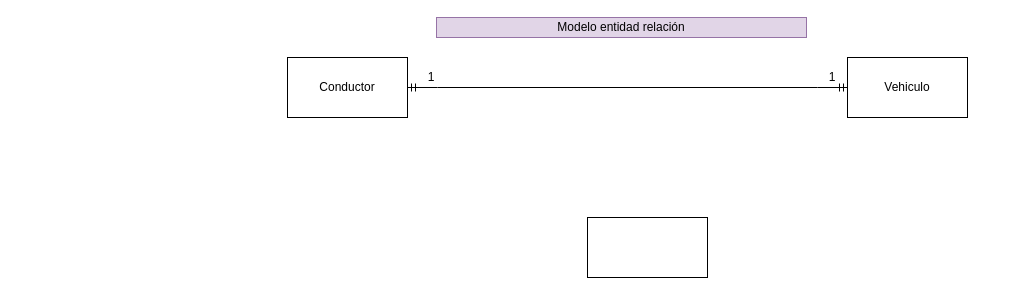
karinaVenus/PracticeInBootCamp keeps this draw.io diagram as DiagramaEntidad-Relacion-Vehicular.drawio. Above is the earlier version. Source tidied: cells renumbered, new cells numbered last; positions are measured from the earlier drawing's top-left corner, leaving out a move shared by most shapes. Both pictures are drawn from the tidied source at 100%, with x=0, y=0 at pixel (287, 17).
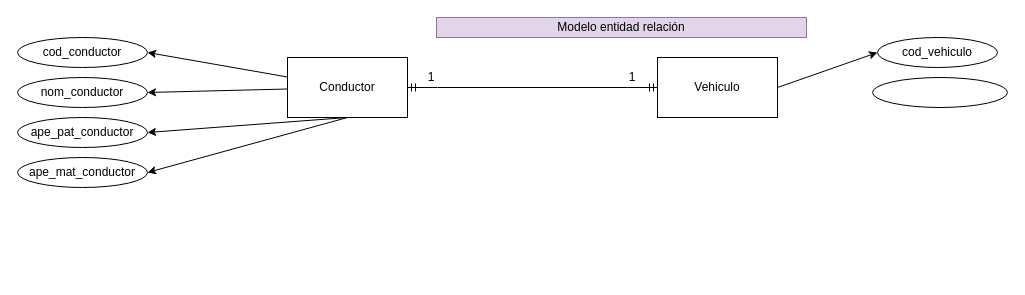
The same diagram, later.

Change to the diagram source:
```diff
@@
 <mxGraphModel>
   <root>
     <mxCell id="0" />
     <mxCell id="1" parent="0" />
+    <mxCell id="9" style="rounded=0;jettySize=auto;html=1;exitX=0.5;exitY=1;exitDx=0;exitDy=0;entryX=1;entryY=0.5;entryDx=0;entryDy=0;" parent="1" edge="1" source="2" target="14">
+      <mxGeometry relative="1" as="geometry" />
+    </mxCell>
     <mxCell id="2" value="Conductor" style="rounded=0;whiteSpace=wrap;html=1;" parent="1" vertex="1">
       <mxGeometry y="40" width="120" height="60" as="geometry" />
     </mxCell>
+    <mxCell id="10" style="rounded=0;jettySize=auto;html=1;exitX=1;exitY=0.5;exitDx=0;exitDy=0;entryX=0;entryY=0.5;entryDx=0;entryDy=0;" parent="1" edge="1" source="3" target="18">
+      <mxGeometry relative="1" as="geometry" />
+    </mxCell>
     <mxCell id="3" value="Vehiculo" style="rounded=0;whiteSpace=wrap;html=1;" parent="1" vertex="1">
-      <mxGeometry x="560" y="40" width="120" height="60" as="geometry" />
+      <mxGeometry x="370" y="40" width="120" height="60" as="geometry" />
     </mxCell>
     <mxCell id="4" value="Modelo entidad relación" style="rounded=0;whiteSpace=wrap;html=1;fillColor=#e1d5e7;strokeColor=#9673a6;" parent="1" vertex="1">
       <mxGeometry x="149" width="370" height="20" as="geometry" />
     </mxCell>
     <mxCell id="5" style="edgeStyle=entityRelationEdgeStyle;fontSize=12;html=1;endArrow=ERmandOne;startArrow=ERmandOne;rounded=0;exitX=1;exitY=0.5;exitDx=0;exitDy=0;entryX=0;entryY=0.5;entryDx=0;entryDy=0;" parent="1" edge="1" source="2" target="3">
       <mxGeometry relative="1" as="geometry" />
     </mxCell>
     <mxCell id="6" value="1" style="rounded=0;whiteSpace=wrap;html=1;strokeColor=none;fillColor=none;" parent="1" vertex="1">
       <mxGeometry x="139" y="50" width="10" height="20" as="geometry" />
     </mxCell>
     <mxCell id="7" value="1" style="rounded=0;whiteSpace=wrap;html=1;strokeColor=none;fillColor=none;" parent="1" vertex="1">
-      <mxGeometry x="540" y="50" width="10" height="20" as="geometry" />
+      <mxGeometry x="340" y="50" width="10" height="20" as="geometry" />
     </mxCell>
-    <mxCell id="8" style="rounded=0;whiteSpace=wrap;html=1;" parent="1" vertex="1">
-      <mxGeometry x="300" y="200" width="120" height="60" as="geometry" />
-    </mxCell>
+    <mxCell id="11" value="cod_conductor" style="ellipse;whiteSpace=wrap;html=1;" parent="1" vertex="1">
+      <mxGeometry x="-270" y="20" width="130" height="30" as="geometry" />
+    </mxCell>
+    <mxCell id="12" value="nom_conductor" style="ellipse;whiteSpace=wrap;html=1;" parent="1" vertex="1">
+      <mxGeometry x="-270" y="60" width="130" height="30" as="geometry" />
+    </mxCell>
+    <mxCell id="13" value="ape_pat_conductor" style="ellipse;whiteSpace=wrap;html=1;" parent="1" vertex="1">
+      <mxGeometry x="-270" y="100" width="130" height="30" as="geometry" />
+    </mxCell>
+    <mxCell id="14" value="ape_mat_conductor" style="ellipse;whiteSpace=wrap;html=1;" parent="1" vertex="1">
+      <mxGeometry x="-270" y="140" width="130" height="30" as="geometry" />
+    </mxCell>
+    <mxCell id="15" style="rounded=0;jettySize=auto;html=1;entryX=1;entryY=0.5;entryDx=0;entryDy=0;" parent="1" edge="1" source="2" target="11">
+      <mxGeometry relative="1" as="geometry" />
+    </mxCell>
+    <mxCell id="16" style="rounded=0;jettySize=auto;html=1;entryX=1;entryY=0.5;entryDx=0;entryDy=0;" parent="1" edge="1" source="2" target="12">
+      <mxGeometry relative="1" as="geometry" />
+    </mxCell>
+    <mxCell id="17" style="rounded=0;jettySize=auto;html=1;exitX=0.5;exitY=1;exitDx=0;exitDy=0;entryX=1;entryY=0.5;entryDx=0;entryDy=0;" parent="1" edge="1" source="2" target="13">
+      <mxGeometry relative="1" as="geometry" />
+    </mxCell>
+    <mxCell id="18" value="cod_vehiculo" style="ellipse;whiteSpace=wrap;html=1;" parent="1" vertex="1">
+      <mxGeometry x="590" y="20" width="120" height="30" as="geometry" />
+    </mxCell>
+    <mxCell id="19" style="ellipse;whiteSpace=wrap;html=1;" parent="1" vertex="1">
+      <mxGeometry x="585" y="60" width="135" height="30" as="geometry" />
+    </mxCell>
   </root>
 </mxGraphModel>
```
